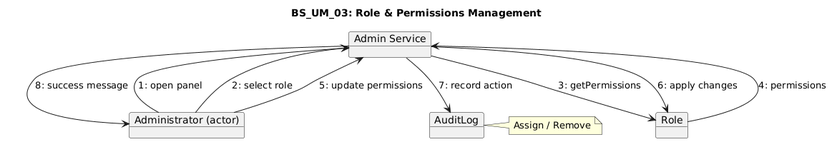
This is Diagrams/Collaboration Diagrams/BS_UM_03.png from erindkotobelli12/BankManagementSystem, a PlantUML export, as it was before one commit.
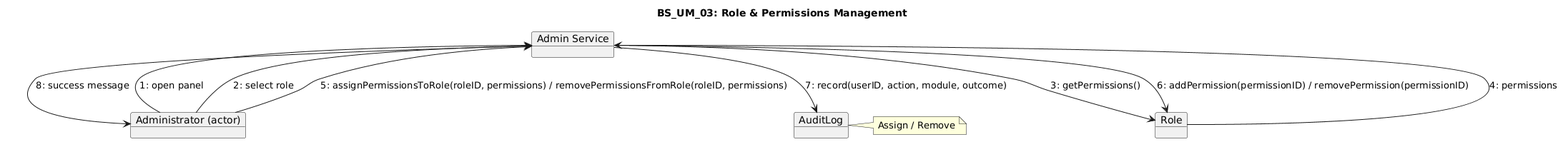
The same diagram one commit later.

Diff of the diagram source:
```diff
@@ -8,16 +8,16 @@
 
 Admin --> AC : 1: open panel
 Admin --> AC : 2: select role
-AC --> R : 3: getPermissions
+AC --> R : 3: getPermissions()
 R --> AC : 4: permissions
 
-Admin --> AC : 5: update permissions
+Admin --> AC : 5: assignPermissionsToRole(roleID, permissions) / removePermissionsFromRole(roleID, permissions)
 
-AC --> R : 6: apply changes
+AC --> R : 6: addPermission(permissionID) / removePermission(permissionID)
 note right
 Assign / Remove
 end note
 
-AC --> AL : 7: record action
+AC --> AL : 7: record(userID, action, module, outcome)
 AC --> Admin : 8: success message
 @enduml
```
